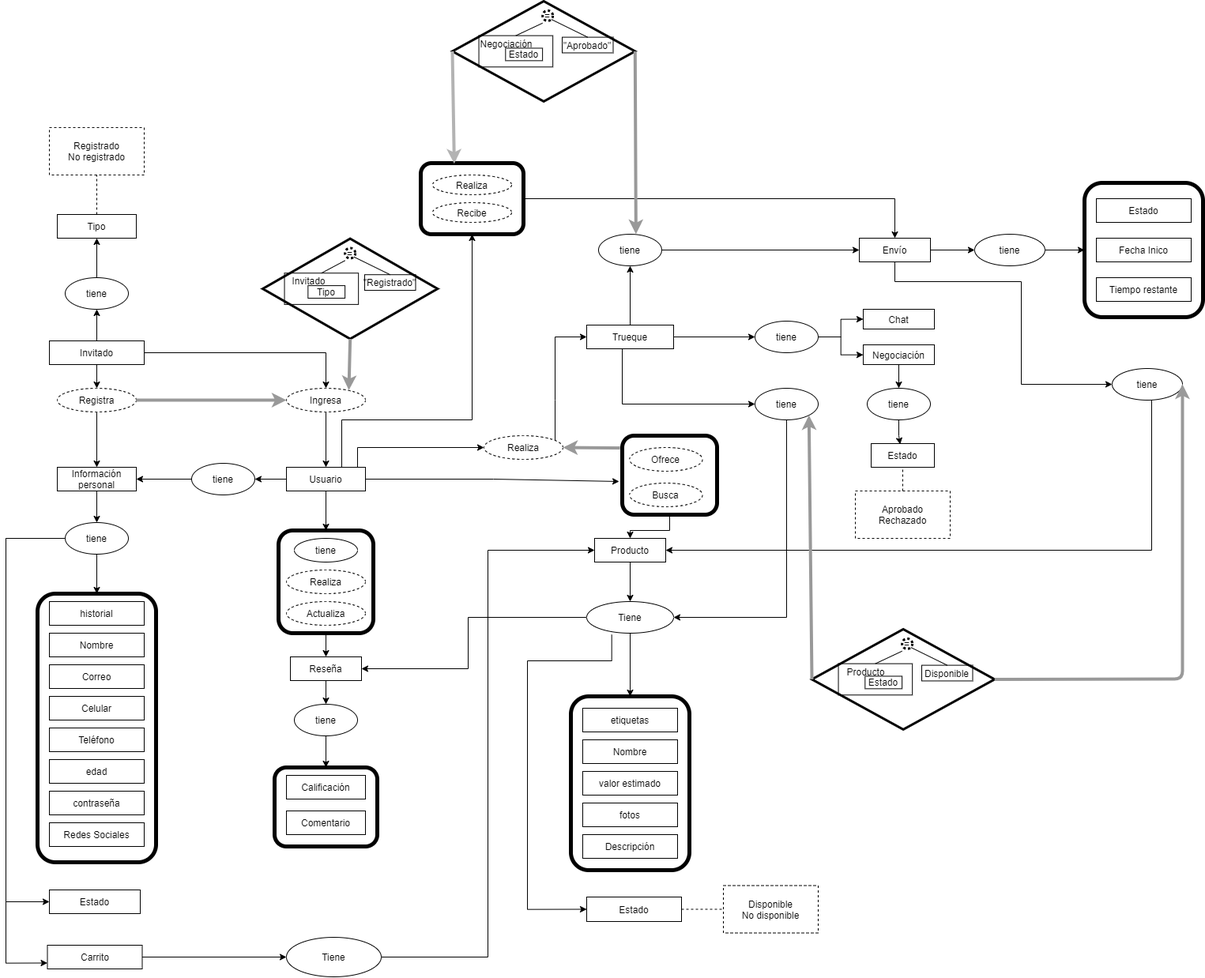
Above: Modelo preconceptual.png in PabloRestrepo01/GreenLace (draw.io), before the change. Source tidied: cells renumbered, new cells last; positions are measured from the earlier drawing's top-left corner, leaving out a move shared by most shapes.
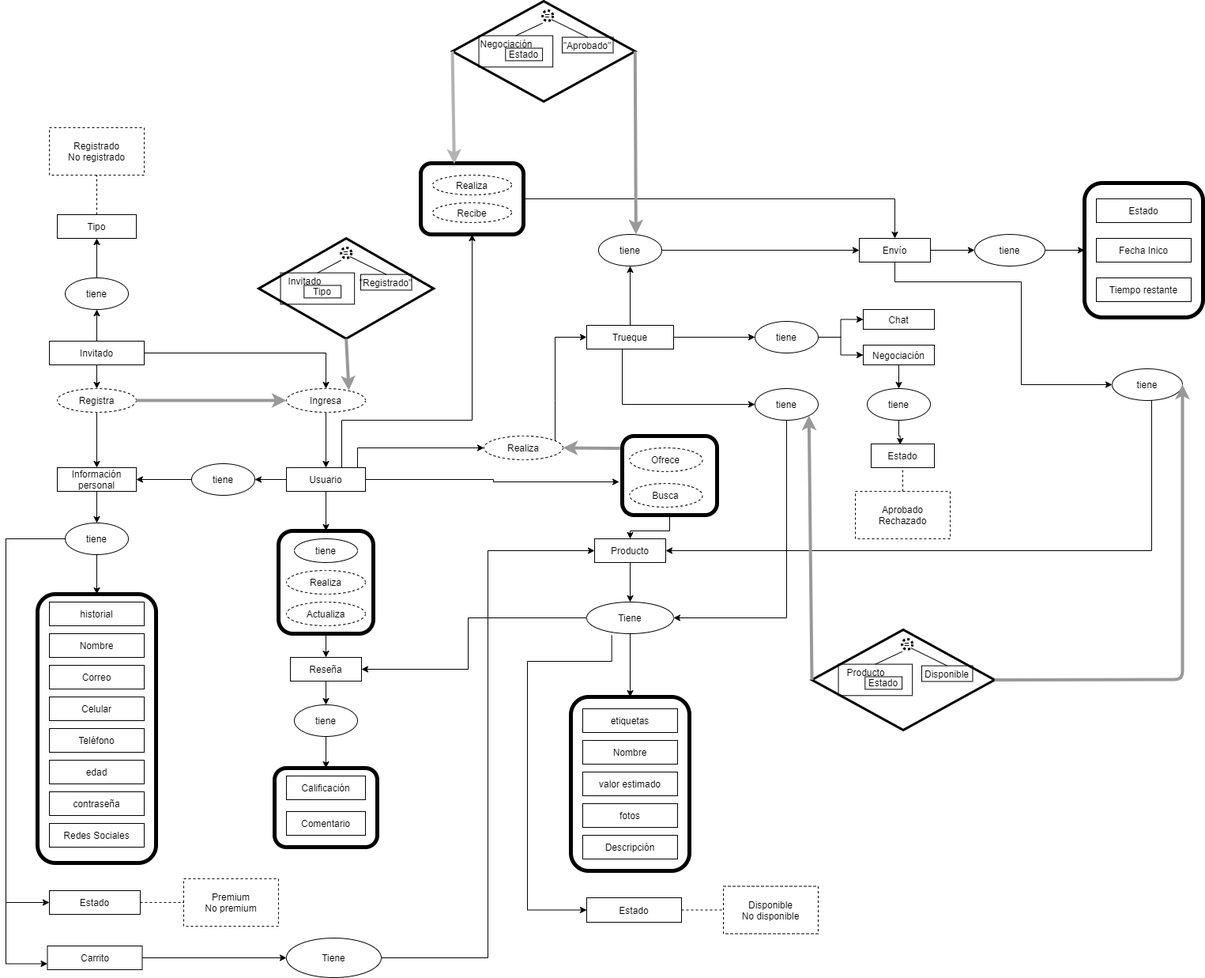
After the commit.

Commit message:
Modelo preconceptual

Change to the diagram source:
```diff
@@ -363,7 +363,7 @@
       <mxGeometry width="130" height="90" as="geometry" />
     </mxCell>
     <mxCell id="104" style="group;" parent="1" vertex="1">
-      <mxGeometry x="325" y="300.6" width="221.3" height="126.9" as="geometry" />
+      <mxGeometry x="320" y="300" width="221.3" height="126.9" as="geometry" />
     </mxCell>
     <mxCell id="105" value="=" style="ellipse;whiteSpace=wrap;html=1;rounded=0;shadow=0;glass=0;sketch=0;strokeColor=#000000;strokeWidth=3;fillColor=none;dashed=1;dashPattern=1 1;" parent="104" vertex="1">
       <mxGeometry x="104.1" y="11.9" width="13" height="13" as="geometry" />
@@ -524,5 +524,11 @@
     <mxCell id="151" value="Tiene" style="ellipse;whiteSpace=wrap;html=1;strokeWidth=1;" parent="1" vertex="1">
       <mxGeometry x="355" y="1185" width="120" height="50" as="geometry" />
     </mxCell>
+    <mxCell id="152" value="Premium&lt;br&gt;No premium" style="rounded=0;whiteSpace=wrap;html=1;dashed=1;" parent="1" vertex="1">
+      <mxGeometry x="225" y="1110" width="120" height="60" as="geometry" />
+    </mxCell>
+    <mxCell id="153" style="endArrow=none;dashed=1;html=1;entryX=0;entryY=0.5;entryDx=0;entryDy=0;exitX=1;exitY=0.5;exitDx=0;exitDy=0;" parent="1" edge="1" source="129" target="152">
+      <mxGeometry relative="1" as="geometry" />
+    </mxCell>
   </root>
 </mxGraphModel>
```
